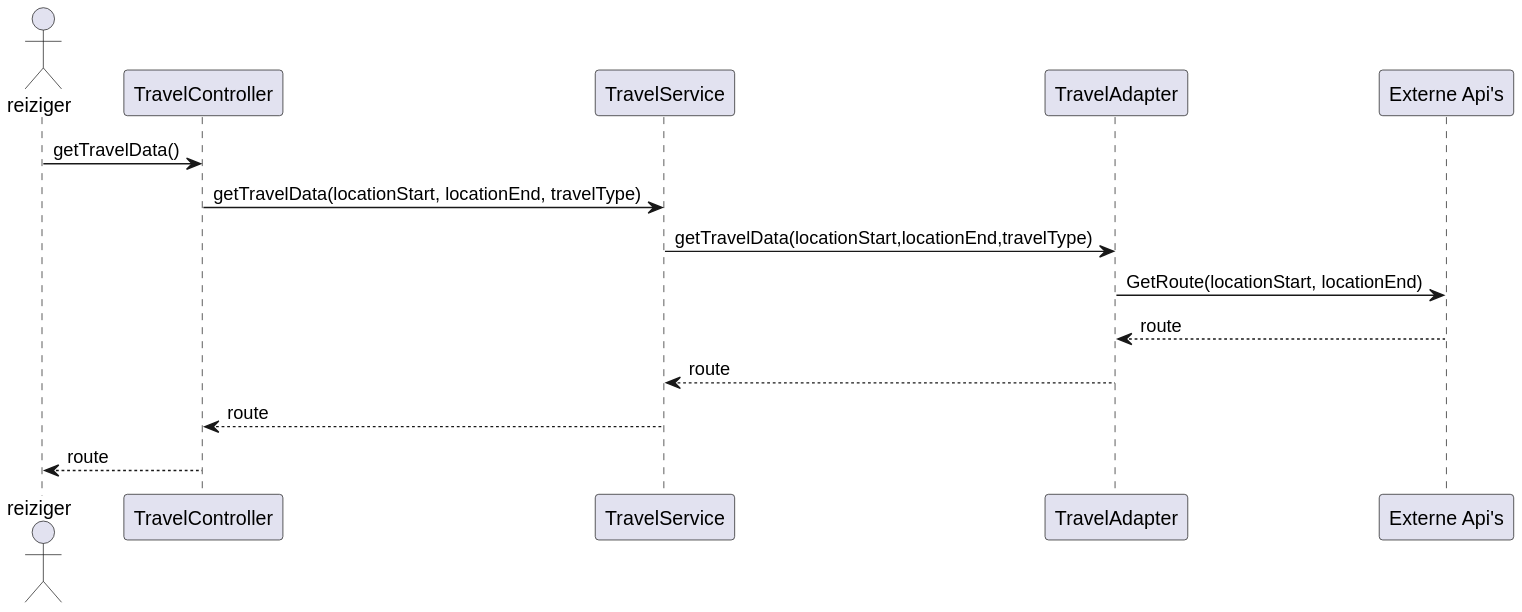
Earlier version of the PlantUML export software-guidebook/sequence_diagram_joost.svg (AIM-ENE-feb25/triptop-groep-tweeeeeeeeeeeeeeeeeeeeee). Its diagram source:
```plantuml
@startuml
actor reiziger
participant "TravelController" as Controller
participant "TravelService" as Service
participant "TravelAdapter" as Adapter
participant "Externe Api's" as API

reiziger -> Controller: getTravelData()
Controller -> Service: getTravelData(locationStart, locationEnd, travelType)
Service ->  Adapter: getTravelData(locationStart,locationEnd,travelType)
Adapter -> API : GetRoute(locationStart, locationEnd)
API --> Adapter: route
Adapter --> Service: route
Service --> Controller: route
Controller --> reiziger: route
@enduml
```
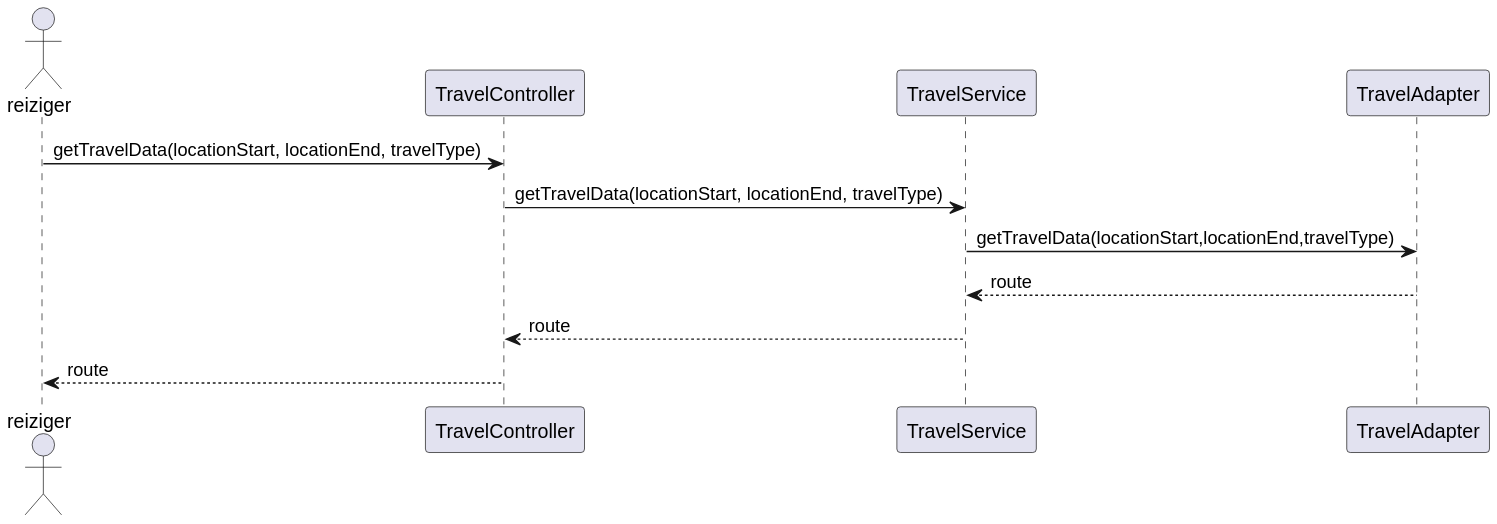
Above is the later version.

Commit message:
Aanpassing sequence en class diagram

Change to the diagram source:
```diff
@@ -3,13 +3,11 @@
 participant "TravelController" as Controller
 participant "TravelService" as Service
 participant "TravelAdapter" as Adapter
-participant "Externe Api's" as API
 
-reiziger -> Controller: getTravelData()
+
+reiziger -> Controller: getTravelData(locationStart, locationEnd, travelType)
 Controller -> Service: getTravelData(locationStart, locationEnd, travelType)
 Service ->  Adapter: getTravelData(locationStart,locationEnd,travelType)
-Adapter -> API : GetRoute(locationStart, locationEnd)
-API --> Adapter: route
 Adapter --> Service: route
 Service --> Controller: route
 Controller --> reiziger: route
```
